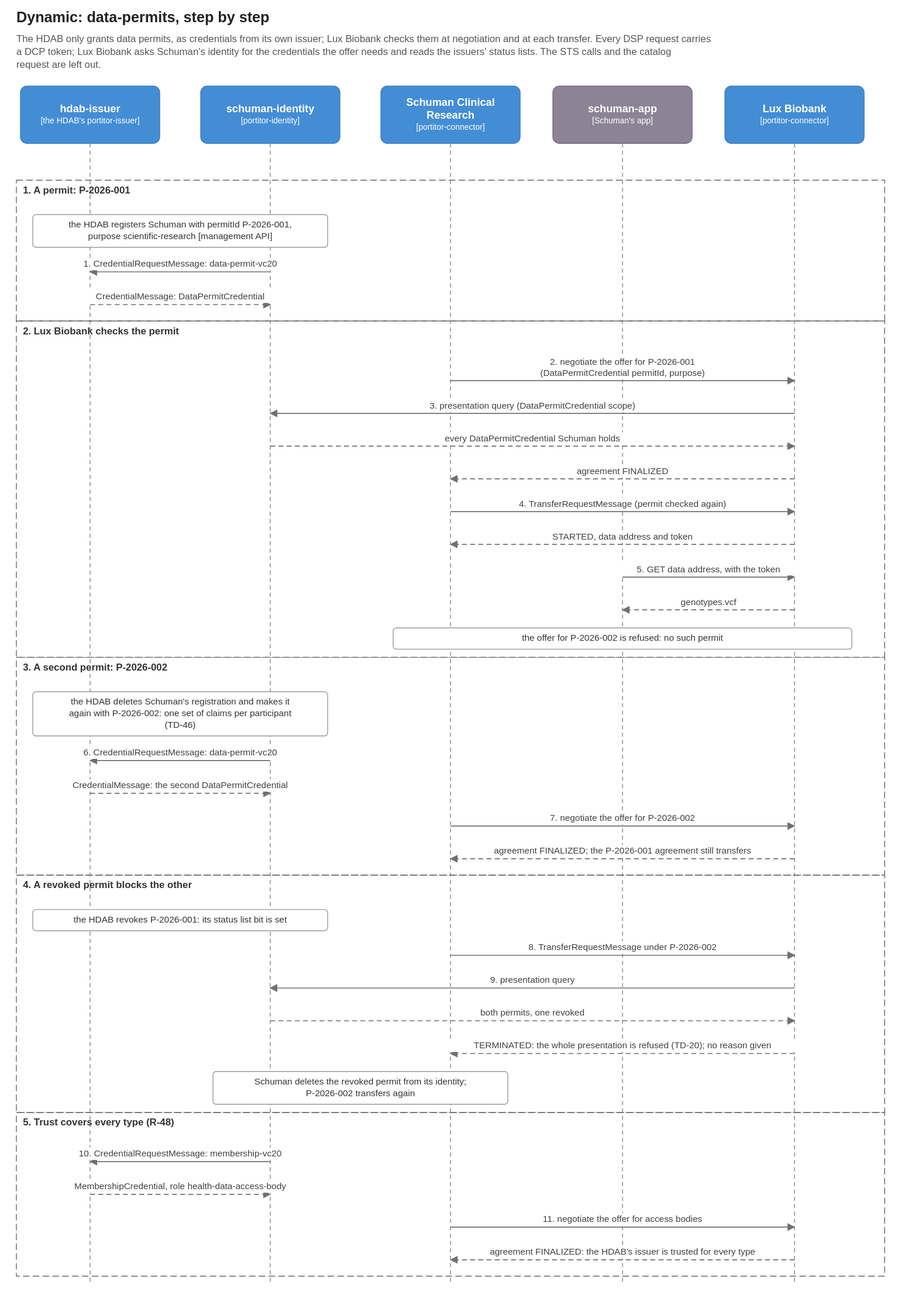
Before: scenarios/data-permits/diagrams/scenario.drawio.svg, a diagram exported from draw.io (brunopacheco1/portitor). Source tidied: cells renumbered, new cells last; positions are measured from the earlier drawing's top-left corner, leaving out a move shared by most shapes.
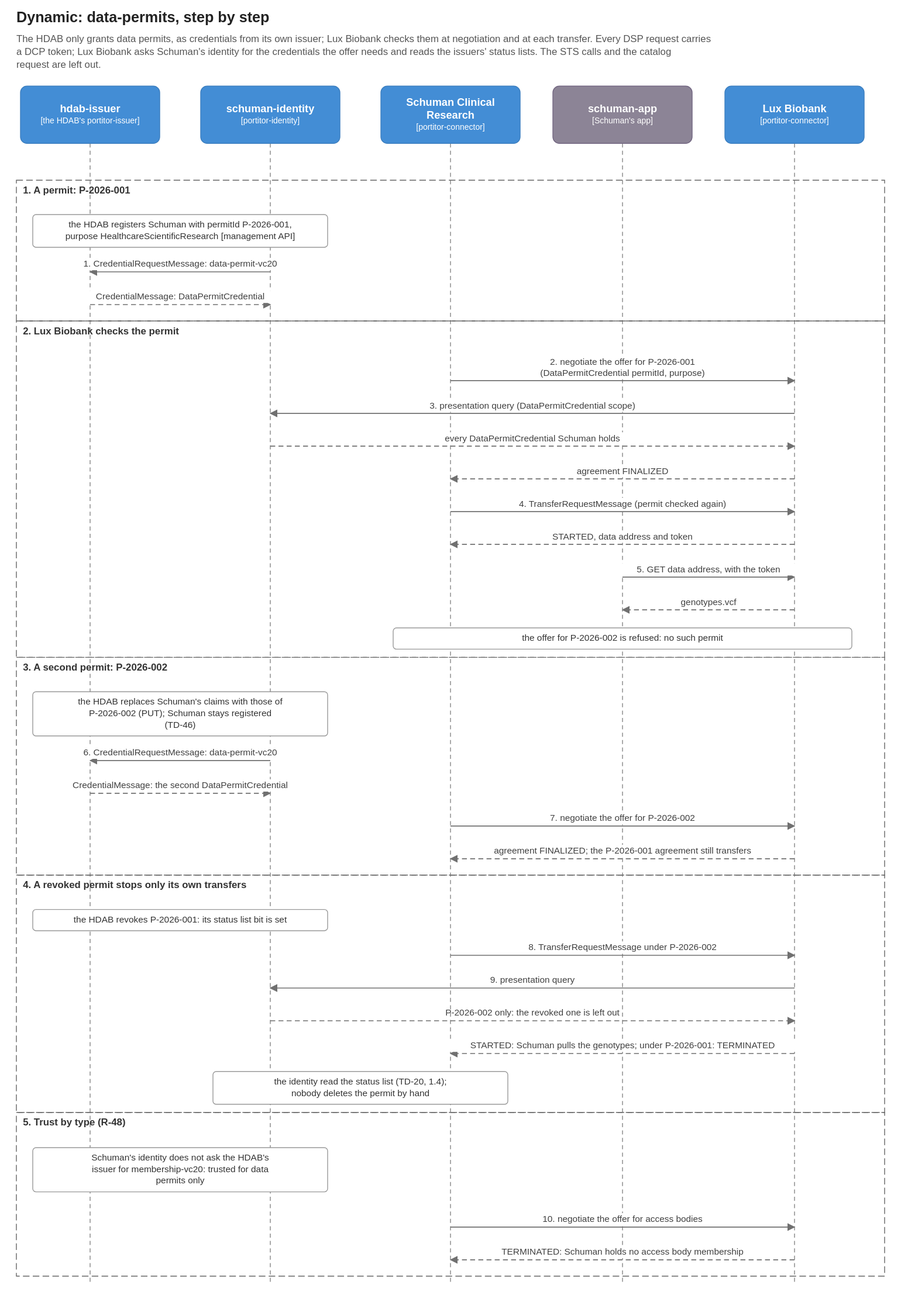
After the change.

What changed in the source:
```diff
@@ -23,7 +23,7 @@
     <mxCell id="8" value="&lt;b&gt;Lux Biobank&lt;/b&gt;&lt;br&gt;&lt;font style=&quot;font-size:10px&quot;&gt;[portitor-connector]&lt;/font&gt;" style="rounded=1;arcSize=8;whiteSpace=wrap;html=1;fillColor=#438DD5;strokeColor=#3C7FC0;fontColor=#FFFFFF;fontSize=13;align=center;verticalAlign=middle;c4Kind=container;c4Name=Lux Biobank;" parent="1" vertex="1">
       <mxGeometry x="865" y="95" width="170" height="70" as="geometry" />
     </mxCell>
-    <mxCell id="9" value="the HDAB registers Schuman with permitId P-2026-001, purpose scientific-research [management API]" style="rounded=1;arcSize=4;whiteSpace=wrap;html=1;fillColor=#FFFFFF;strokeColor=#999999;fontColor=#333333;fontSize=11;align=center;verticalAlign=middle;c4Kind=note;c4Name=the HDAB registers Schuman with permitId P-2026-001, purpose scientific-research [management API];" parent="1" vertex="1">
+    <mxCell id="9" value="the HDAB registers Schuman with permitId P-2026-001, purpose HealthcareScientificResearch [management API]" style="rounded=1;arcSize=4;whiteSpace=wrap;html=1;fillColor=#FFFFFF;strokeColor=#999999;fontColor=#333333;fontSize=11;align=center;verticalAlign=middle;c4Kind=note;c4Name=the HDAB registers Schuman with permitId P-2026-001, purpose HealthcareScientificResearch [management API];" parent="1" vertex="1">
       <mxGeometry x="20" y="252" width="360" height="40" as="geometry" />
     </mxCell>
     <mxCell id="10" value="1. CredentialRequestMessage: data-permit-vc20" style="endArrow=blockThin;endFill=1;html=1;rounded=0;strokeColor=#707070;fontSize=11;fontColor=#404040;labelBackgroundColor=#FFFFFF;" parent="1" edge="1">
@@ -89,7 +89,7 @@
     <mxCell id="20" value="the offer for P-2026-002 is refused: no such permit" style="rounded=1;arcSize=4;whiteSpace=wrap;html=1;fillColor=#FFFFFF;strokeColor=#999999;fontColor=#333333;fontSize=11;align=center;verticalAlign=middle;c4Kind=note;c4Name=the offer for P-2026-002 is refused: no such permit;" parent="1" vertex="1">
       <mxGeometry x="460" y="757" width="560" height="26" as="geometry" />
     </mxCell>
-    <mxCell id="21" value="the HDAB deletes Schuman's registration and makes it again with P-2026-002: one set of claims per participant (TD-46)" style="rounded=1;arcSize=4;whiteSpace=wrap;html=1;fillColor=#FFFFFF;strokeColor=#999999;fontColor=#333333;fontSize=11;align=center;verticalAlign=middle;c4Kind=note;c4Name=the HDAB deletes Schuman's registration and makes it again with P-2026-002: one set of claims per participant (TD-46);" parent="1" vertex="1">
+    <mxCell id="21" value="the HDAB replaces Schuman's claims with those of P-2026-002 (PUT); Schuman stays registered (TD-46)" style="rounded=1;arcSize=4;whiteSpace=wrap;html=1;fillColor=#FFFFFF;strokeColor=#999999;fontColor=#333333;fontSize=11;align=center;verticalAlign=middle;c4Kind=note;c4Name=the HDAB replaces Schuman's claims with those of P-2026-002 (PUT); Schuman stays registered (TD-46);" parent="1" vertex="1">
       <mxGeometry x="20" y="835" width="360" height="54" as="geometry" />
     </mxCell>
     <mxCell id="22" value="6. CredentialRequestMessage: data-permit-vc20" style="endArrow=blockThin;endFill=1;html=1;rounded=0;strokeColor=#707070;fontSize=11;fontColor=#404040;labelBackgroundColor=#FFFFFF;" parent="1" edge="1">
@@ -131,40 +131,31 @@
         <mxPoint x="310" y="1197" as="targetPoint" />
       </mxGeometry>
     </mxCell>
-    <mxCell id="29" value="both permits, one revoked" style="endArrow=blockThin;endFill=1;html=1;rounded=0;strokeColor=#707070;fontSize=11;fontColor=#404040;labelBackgroundColor=#FFFFFF;dashed=1;dashPattern=6 4;" parent="1" edge="1">
+    <mxCell id="29" value="P-2026-002 only: the revoked one is left out" style="endArrow=blockThin;endFill=1;html=1;rounded=0;strokeColor=#707070;fontSize=11;fontColor=#404040;labelBackgroundColor=#FFFFFF;dashed=1;dashPattern=6 4;" parent="1" edge="1">
       <mxGeometry relative="1" as="geometry">
         <mxPoint x="310" y="1237" as="sourcePoint" />
         <mxPoint x="950" y="1237" as="targetPoint" />
       </mxGeometry>
     </mxCell>
-    <mxCell id="30" value="TERMINATED: the whole presentation is refused (TD-20); no reason given" style="endArrow=blockThin;endFill=1;html=1;rounded=0;strokeColor=#707070;fontSize=11;fontColor=#404040;labelBackgroundColor=#FFFFFF;dashed=1;dashPattern=6 4;" parent="1" edge="1">
+    <mxCell id="30" value="STARTED: Schuman pulls the genotypes; under P-2026-001: TERMINATED" style="endArrow=blockThin;endFill=1;html=1;rounded=0;strokeColor=#707070;fontSize=11;fontColor=#404040;labelBackgroundColor=#FFFFFF;dashed=1;dashPattern=6 4;" parent="1" edge="1">
       <mxGeometry relative="1" as="geometry">
         <mxPoint x="950" y="1277" as="sourcePoint" />
         <mxPoint x="530" y="1277" as="targetPoint" />
       </mxGeometry>
     </mxCell>
-    <mxCell id="31" value="Schuman deletes the revoked permit from its identity; P-2026-002 transfers again" style="rounded=1;arcSize=4;whiteSpace=wrap;html=1;fillColor=#FFFFFF;strokeColor=#999999;fontColor=#333333;fontSize=11;align=center;verticalAlign=middle;c4Kind=note;c4Name=Schuman deletes the revoked permit from its identity; P-2026-002 transfers again;" parent="1" vertex="1">
+    <mxCell id="31" value="the identity read the status list (TD-20, 1.4); nobody deletes the permit by hand" style="rounded=1;arcSize=4;whiteSpace=wrap;html=1;fillColor=#FFFFFF;strokeColor=#999999;fontColor=#333333;fontSize=11;align=center;verticalAlign=middle;c4Kind=note;c4Name=the identity read the status list (TD-20, 1.4); nobody deletes the permit by hand;" parent="1" vertex="1">
       <mxGeometry x="240" y="1299" width="360" height="40" as="geometry" />
     </mxCell>
-    <mxCell id="32" value="10. CredentialRequestMessage: membership-vc20" style="endArrow=blockThin;endFill=1;html=1;rounded=0;strokeColor=#707070;fontSize=11;fontColor=#404040;labelBackgroundColor=#FFFFFF;" parent="1" edge="1">
-      <mxGeometry relative="1" as="geometry">
-        <mxPoint x="310" y="1409" as="sourcePoint" />
-        <mxPoint x="90" y="1409" as="targetPoint" />
-      </mxGeometry>
-    </mxCell>
-    <mxCell id="33" value="MembershipCredential, role health-data-access-body" style="endArrow=blockThin;endFill=1;html=1;rounded=0;strokeColor=#707070;fontSize=11;fontColor=#404040;labelBackgroundColor=#FFFFFF;dashed=1;dashPattern=6 4;" parent="1" edge="1">
-      <mxGeometry relative="1" as="geometry">
-        <mxPoint x="90" y="1449" as="sourcePoint" />
-        <mxPoint x="310" y="1449" as="targetPoint" />
-      </mxGeometry>
-    </mxCell>
+    <mxCell id="46" value="Schuman's identity does not ask the HDAB's issuer for membership-vc20: trusted for data permits only" style="rounded=1;arcSize=4;whiteSpace=wrap;html=1;fillColor=#FFFFFF;strokeColor=#999999;fontColor=#333333;fontSize=11;align=center;verticalAlign=middle;c4Kind=note;c4Name=Schuman's identity does not ask the HDAB's issuer for membership-vc20: trusted for data permits only;" parent="1" vertex="1">
+      <mxGeometry x="20" y="1392" width="360" height="54" as="geometry" />
+    </mxCell>
-    <mxCell id="34" value="11. negotiate the offer for access bodies" style="endArrow=blockThin;endFill=1;html=1;rounded=0;strokeColor=#707070;fontSize=11;fontColor=#404040;labelBackgroundColor=#FFFFFF;" parent="1" edge="1">
+    <mxCell id="34" value="10. negotiate the offer for access bodies" style="endArrow=blockThin;endFill=1;html=1;rounded=0;strokeColor=#707070;fontSize=11;fontColor=#404040;labelBackgroundColor=#FFFFFF;" parent="1" edge="1">
       <mxGeometry relative="1" as="geometry">
         <mxPoint x="530" y="1489" as="sourcePoint" />
         <mxPoint x="950" y="1489" as="targetPoint" />
       </mxGeometry>
     </mxCell>
-    <mxCell id="35" value="agreement FINALIZED: the HDAB's issuer is trusted for every type" style="endArrow=blockThin;endFill=1;html=1;rounded=0;strokeColor=#707070;fontSize=11;fontColor=#404040;labelBackgroundColor=#FFFFFF;dashed=1;dashPattern=6 4;" parent="1" edge="1">
+    <mxCell id="35" value="TERMINATED: Schuman holds no access body membership" style="endArrow=blockThin;endFill=1;html=1;rounded=0;strokeColor=#707070;fontSize=11;fontColor=#404040;labelBackgroundColor=#FFFFFF;dashed=1;dashPattern=6 4;" parent="1" edge="1">
       <mxGeometry relative="1" as="geometry">
         <mxPoint x="950" y="1529" as="sourcePoint" />
         <mxPoint x="530" y="1529" as="targetPoint" />
@@ -204,10 +195,10 @@
     <mxCell id="43" value="3. A second permit: P-2026-002" style="rounded=0;whiteSpace=wrap;html=1;fillColor=none;dashed=1;dashPattern=8 4;strokeColor=#666666;fontColor=#333333;align=left;verticalAlign=top;spacingLeft=8;spacingTop=4;fontSize=12;fontStyle=1;" parent="1" vertex="1">
       <mxGeometry y="793" width="1060" height="266" as="geometry" />
     </mxCell>
-    <mxCell id="44" value="4. A revoked permit blocks the other" style="rounded=0;whiteSpace=wrap;html=1;fillColor=none;dashed=1;dashPattern=8 4;strokeColor=#666666;fontColor=#333333;align=left;verticalAlign=top;spacingLeft=8;spacingTop=4;fontSize=12;fontStyle=1;" parent="1" vertex="1">
+    <mxCell id="44" value="4. A revoked permit stops only its own transfers" style="rounded=0;whiteSpace=wrap;html=1;fillColor=none;dashed=1;dashPattern=8 4;strokeColor=#666666;fontColor=#333333;align=left;verticalAlign=top;spacingLeft=8;spacingTop=4;fontSize=12;fontStyle=1;" parent="1" vertex="1">
       <mxGeometry y="1059" width="1060" height="290" as="geometry" />
     </mxCell>
-    <mxCell id="45" value="5. Trust covers every type (R-48)" style="rounded=0;whiteSpace=wrap;html=1;fillColor=none;dashed=1;dashPattern=8 4;strokeColor=#666666;fontColor=#333333;align=left;verticalAlign=top;spacingLeft=8;spacingTop=4;fontSize=12;fontStyle=1;" parent="1" vertex="1">
+    <mxCell id="45" value="5. Trust by type (R-48)" style="rounded=0;whiteSpace=wrap;html=1;fillColor=none;dashed=1;dashPattern=8 4;strokeColor=#666666;fontColor=#333333;align=left;verticalAlign=top;spacingLeft=8;spacingTop=4;fontSize=12;fontStyle=1;" parent="1" vertex="1">
       <mxGeometry y="1349" width="1060" height="200" as="geometry" />
     </mxCell>
   </root>
```
